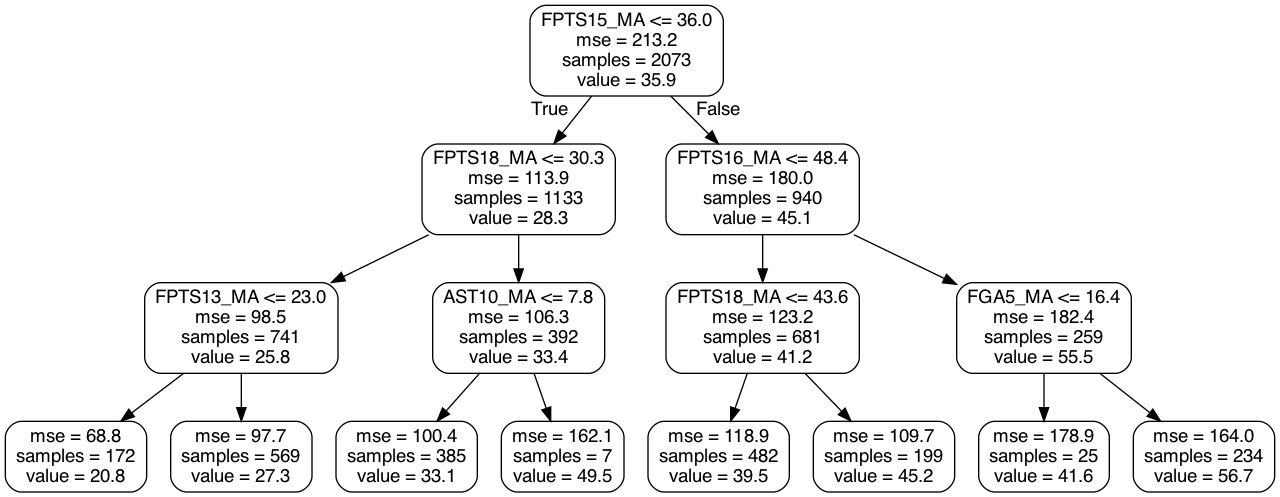
The Graphviz diagram small_tree.png in yhaim21/Final_project, before a commit. Its source is kept beside it as small_tree.dot. Its diagram source:
```dot
digraph Tree {
node [shape=box, style="rounded", color="black", fontname=helvetica] ;
edge [fontname=helvetica] ;
0 [label="FPTS15_MA <= 36.0\nmse = 213.2\nsamples = 2073\nvalue = 35.9"] ;
1 [label="FPTS18_MA <= 30.3\nmse = 113.9\nsamples = 1133\nvalue = 28.3"] ;
0 -> 1 [labeldistance=2.5, labelangle=45, headlabel="True"] ;
2 [label="FPTS13_MA <= 23.0\nmse = 98.5\nsamples = 741\nvalue = 25.8"] ;
1 -> 2 ;
3 [label="mse = 68.8\nsamples = 172\nvalue = 20.8"] ;
2 -> 3 ;
4 [label="mse = 97.7\nsamples = 569\nvalue = 27.3"] ;
2 -> 4 ;
5 [label="AST10_MA <= 7.8\nmse = 106.3\nsamples = 392\nvalue = 33.4"] ;
1 -> 5 ;
6 [label="mse = 100.4\nsamples = 385\nvalue = 33.1"] ;
5 -> 6 ;
7 [label="mse = 162.1\nsamples = 7\nvalue = 49.5"] ;
5 -> 7 ;
8 [label="FPTS16_MA <= 48.4\nmse = 180.0\nsamples = 940\nvalue = 45.1"] ;
0 -> 8 [labeldistance=2.5, labelangle=-45, headlabel="False"] ;
9 [label="FPTS18_MA <= 43.6\nmse = 123.2\nsamples = 681\nvalue = 41.2"] ;
8 -> 9 ;
10 [label="mse = 118.9\nsamples = 482\nvalue = 39.5"] ;
9 -> 10 ;
11 [label="mse = 109.7\nsamples = 199\nvalue = 45.2"] ;
9 -> 11 ;
12 [label="FGA5_MA <= 16.4\nmse = 182.4\nsamples = 259\nvalue = 55.5"] ;
8 -> 12 ;
13 [label="mse = 178.9\nsamples = 25\nvalue = 41.6"] ;
12 -> 13 ;
14 [label="mse = 164.0\nsamples = 234\nvalue = 56.7"] ;
12 -> 14 ;
}
```
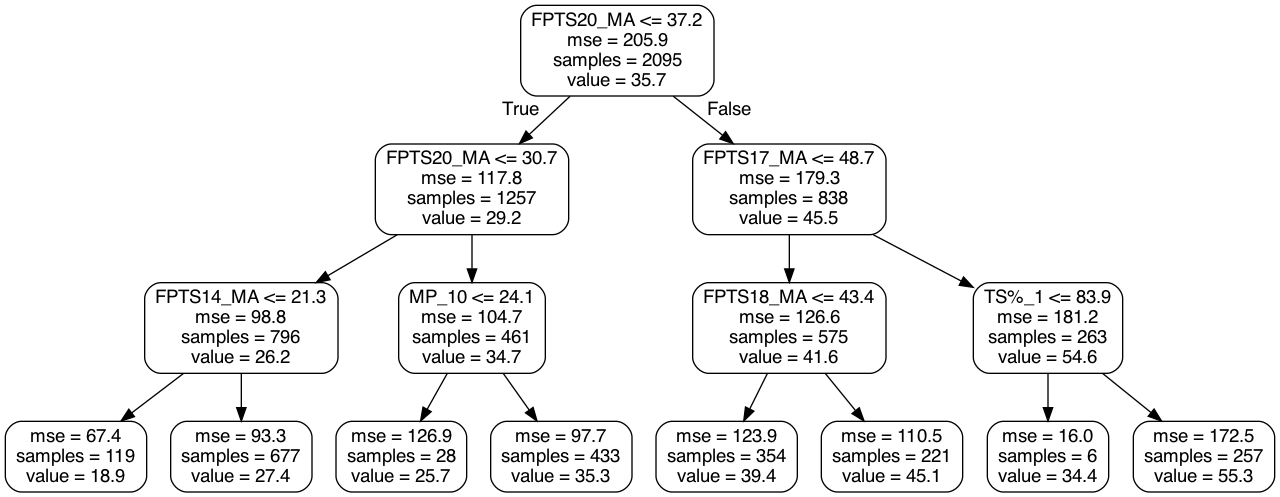
After the commit.

What changed in the source:
```diff
@@ -1,33 +1,33 @@
 digraph Tree {
 node [shape=box, style="rounded", color="black", fontname=helvetica] ;
 edge [fontname=helvetica] ;
-0 [label="FPTS15_MA <= 36.0\nmse = 213.2\nsamples = 2073\nvalue = 35.9"] ;
-1 [label="FPTS18_MA <= 30.3\nmse = 113.9\nsamples = 1133\nvalue = 28.3"] ;
+0 [label="FPTS20_MA <= 37.2\nmse = 205.9\nsamples = 2095\nvalue = 35.7"] ;
+1 [label="FPTS20_MA <= 30.7\nmse = 117.8\nsamples = 1257\nvalue = 29.2"] ;
 0 -> 1 [labeldistance=2.5, labelangle=45, headlabel="True"] ;
-2 [label="FPTS13_MA <= 23.0\nmse = 98.5\nsamples = 741\nvalue = 25.8"] ;
+2 [label="FPTS14_MA <= 21.3\nmse = 98.8\nsamples = 796\nvalue = 26.2"] ;
 1 -> 2 ;
-3 [label="mse = 68.8\nsamples = 172\nvalue = 20.8"] ;
+3 [label="mse = 67.4\nsamples = 119\nvalue = 18.9"] ;
 2 -> 3 ;
-4 [label="mse = 97.7\nsamples = 569\nvalue = 27.3"] ;
+4 [label="mse = 93.3\nsamples = 677\nvalue = 27.4"] ;
 2 -> 4 ;
-5 [label="AST10_MA <= 7.8\nmse = 106.3\nsamples = 392\nvalue = 33.4"] ;
+5 [label="MP_10 <= 24.1\nmse = 104.7\nsamples = 461\nvalue = 34.7"] ;
 1 -> 5 ;
-6 [label="mse = 100.4\nsamples = 385\nvalue = 33.1"] ;
+6 [label="mse = 126.9\nsamples = 28\nvalue = 25.7"] ;
 5 -> 6 ;
-7 [label="mse = 162.1\nsamples = 7\nvalue = 49.5"] ;
+7 [label="mse = 97.7\nsamples = 433\nvalue = 35.3"] ;
 5 -> 7 ;
-8 [label="FPTS16_MA <= 48.4\nmse = 180.0\nsamples = 940\nvalue = 45.1"] ;
+8 [label="FPTS17_MA <= 48.7\nmse = 179.3\nsamples = 838\nvalue = 45.5"] ;
 0 -> 8 [labeldistance=2.5, labelangle=-45, headlabel="False"] ;
-9 [label="FPTS18_MA <= 43.6\nmse = 123.2\nsamples = 681\nvalue = 41.2"] ;
+9 [label="FPTS18_MA <= 43.4\nmse = 126.6\nsamples = 575\nvalue = 41.6"] ;
 8 -> 9 ;
-10 [label="mse = 118.9\nsamples = 482\nvalue = 39.5"] ;
+10 [label="mse = 123.9\nsamples = 354\nvalue = 39.4"] ;
 9 -> 10 ;
-11 [label="mse = 109.7\nsamples = 199\nvalue = 45.2"] ;
+11 [label="mse = 110.5\nsamples = 221\nvalue = 45.1"] ;
 9 -> 11 ;
-12 [label="FGA5_MA <= 16.4\nmse = 182.4\nsamples = 259\nvalue = 55.5"] ;
+12 [label="TS%_1 <= 83.9\nmse = 181.2\nsamples = 263\nvalue = 54.6"] ;
 8 -> 12 ;
-13 [label="mse = 178.9\nsamples = 25\nvalue = 41.6"] ;
+13 [label="mse = 16.0\nsamples = 6\nvalue = 34.4"] ;
 12 -> 13 ;
-14 [label="mse = 164.0\nsamples = 234\nvalue = 56.7"] ;
+14 [label="mse = 172.5\nsamples = 257\nvalue = 55.3"] ;
 12 -> 14 ;
 }
```
